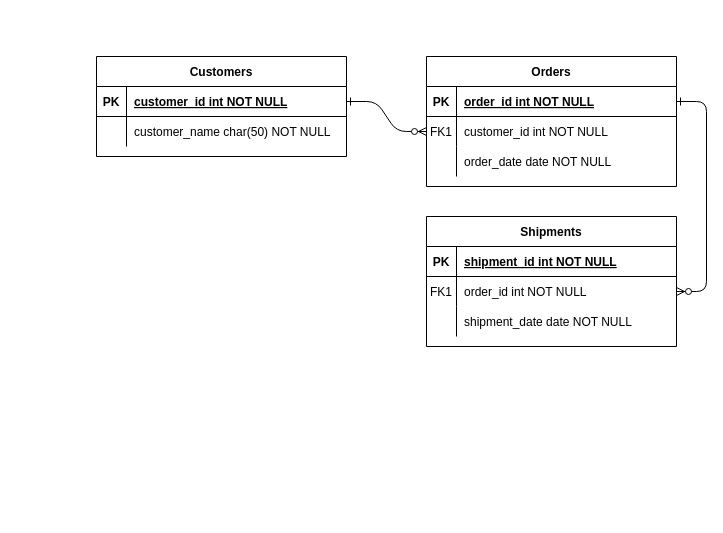
The draw.io diagram Untitled Diagram.drawio in ashlesha10/66daysofdata, before the edit. Source tidied: cells renumbered, new cells numbered last; positions are measured from the earlier drawing's top-left corner, leaving out a move shared by most shapes. Both pictures are drawn from the tidied source at 100%, with x=0, y=0 at pixel (96, 56).
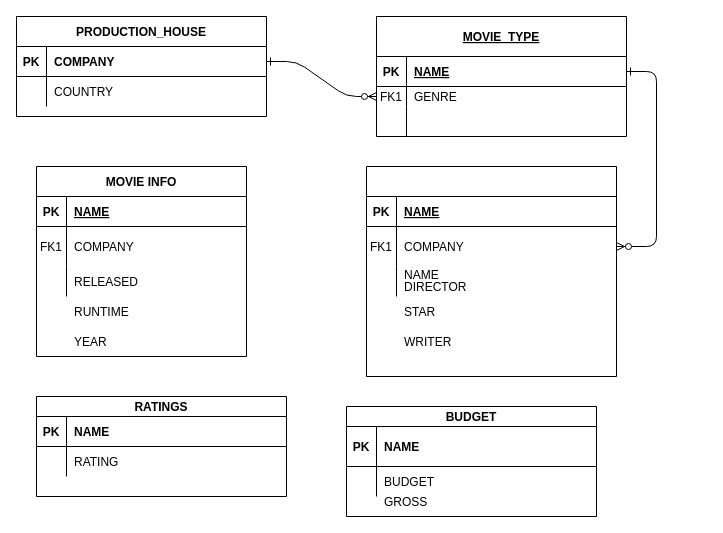
The same diagram, later.

Unchanged cells that the change refers to:
```xml
<mxCell id="11" style="shape=partialRectangle;fillColor=none;top=0;left=0;right=0;bottom=0;" parent="4" vertex="1">
  <mxGeometry y="90" width="250" height="30" as="geometry" />
</mxCell>
<mxCell id="15" style="shape=partialRectangle;fillColor=none;top=0;left=0;right=0;bottom=1;" parent="14" vertex="1">
  <mxGeometry y="30" width="250" height="30" as="geometry" />
</mxCell>
<mxCell id="25" style="shape=partialRectangle;fillColor=none;points=[[0,0.5],[1,0.5]];portConstraint=eastwest;top=0;left=0;right=0;bottom=1;" parent="24" vertex="1">
  <mxGeometry y="30" width="250" height="30" as="geometry" />
</mxCell>
<mxCell id="28" style="shape=partialRectangle;fillColor=none;top=0;left=0;right=0;bottom=0;" parent="24" vertex="1">
  <mxGeometry y="60" width="250" height="30" as="geometry" />
</mxCell>
```

The edit, as a diff of the source:
```diff
@@
-    <mxCell id="4" value="Orders" style="shape=table;startSize=30;childLayout=tableLayout;rowLines=0;fontStyle=1;align=center;" parent="1" vertex="1">
-      <mxGeometry x="330" width="250" height="130" as="geometry" />
+    <mxCell id="4" value="MOVIE_TYPE" style="shape=table;startSize=40;childLayout=tableLayout;rowLines=0;fontStyle=5;align=center;" parent="1" vertex="1">
+      <mxGeometry x="280" y="-40" width="250" height="120" as="geometry" />
     </mxCell>
     <mxCell id="5" style="shape=partialRectangle;fillColor=none;points=[[0,0.5],[1,0.5]];portConstraint=eastwest;top=0;left=0;right=0;bottom=1;" parent="4" vertex="1">
-      <mxGeometry y="30" width="250" height="30" as="geometry" />
+      <mxGeometry y="40" width="250" height="30" as="geometry" />
     </mxCell>
@@
-    <mxCell id="7" value="order_id int NOT NULL " style="shape=partialRectangle;overflow=hidden;fillColor=none;top=0;left=0;bottom=0;right=0;align=left;spacingLeft=6;fontStyle=5;" parent="5" vertex="1">
+    <mxCell id="7" value="NAME" style="shape=partialRectangle;overflow=hidden;fillColor=none;top=0;left=0;bottom=0;right=0;align=left;spacingLeft=6;fontStyle=5;" parent="5" vertex="1">
       <mxGeometry x="30" width="220" height="30" as="geometry" />
     </mxCell>
     <mxCell id="8" style="shape=partialRectangle;fillColor=none;points=[[0,0.5],[1,0.5]];portConstraint=eastwest;top=0;left=0;right=0;bottom=0;" parent="4" vertex="1">
-      <mxGeometry y="60" width="250" height="30" as="geometry" />
+      <mxGeometry y="70" width="250" height="20" as="geometry" />
     </mxCell>
     <mxCell id="9" value="FK1" style="shape=partialRectangle;overflow=hidden;fillColor=none;top=0;left=0;bottom=0;right=0;" parent="8" vertex="1">
-      <mxGeometry width="30" height="30" as="geometry" />
+      <mxGeometry width="30" height="20" as="geometry" />
     </mxCell>
-    <mxCell id="10" value="customer_id int NOT NULL" style="shape=partialRectangle;overflow=hidden;fillColor=none;top=0;left=0;bottom=0;right=0;align=left;spacingLeft=6;" parent="8" vertex="1">
-      <mxGeometry x="30" width="220" height="30" as="geometry" />
+    <mxCell id="10" value="GENRE" style="shape=partialRectangle;overflow=hidden;fillColor=none;top=0;left=0;bottom=0;right=0;align=left;spacingLeft=6;" parent="8" vertex="1">
+      <mxGeometry x="30" width="220" height="20" as="geometry" />
     </mxCell>
@@
-    <mxCell id="13" value="order_date date NOT NULL" style="shape=partialRectangle;overflow=hidden;fillColor=none;top=0;left=0;bottom=0;right=0;align=left;spacingLeft=6;" parent="11" vertex="1">
+    <mxCell id="13" style="shape=partialRectangle;overflow=hidden;fillColor=none;top=0;left=0;bottom=0;right=0;align=left;spacingLeft=6;" parent="11" vertex="1">
       <mxGeometry x="30" width="220" height="30" as="geometry" />
     </mxCell>
-    <mxCell id="14" value="Shipments" style="shape=table;startSize=30;childLayout=tableLayout;rowLines=0;fontStyle=1;align=center;" parent="1" vertex="1">
-      <mxGeometry x="330" y="160" width="250" height="130" as="geometry" />
+    <mxCell id="14" style="shape=table;startSize=30;childLayout=tableLayout;rowLines=0;fontStyle=1;align=center;" parent="1" vertex="1">
+      <mxGeometry x="270" y="110" width="250" height="210" as="geometry" />
     </mxCell>
@@
-    <mxCell id="17" value="shipment_id int NOT NULL " style="shape=partialRectangle;overflow=hidden;fillColor=none;top=0;left=0;bottom=0;right=0;align=left;spacingLeft=6;fontStyle=5;" parent="15" vertex="1">
+    <mxCell id="17" value="NAME" style="shape=partialRectangle;overflow=hidden;fillColor=none;top=0;left=0;bottom=0;right=0;align=left;spacingLeft=6;fontStyle=5;" parent="15" vertex="1">
       <mxGeometry x="30" width="220" height="30" as="geometry" />
     </mxCell>
     <mxCell id="18" style="shape=partialRectangle;fillColor=none;points=[[0,0.5],[1,0.5]];portConstraint=eastwest;top=0;left=0;right=0;bottom=0;" parent="14" vertex="1">
-      <mxGeometry y="60" width="250" height="30" as="geometry" />
+      <mxGeometry y="60" width="250" height="40" as="geometry" />
     </mxCell>
     <mxCell id="19" value="FK1" style="shape=partialRectangle;overflow=hidden;fillColor=none;top=0;left=0;bottom=0;right=0;" parent="18" vertex="1">
-      <mxGeometry width="30" height="30" as="geometry" />
+      <mxGeometry width="30" height="40" as="geometry" />
     </mxCell>
-    <mxCell id="20" value="order_id int NOT NULL" style="shape=partialRectangle;overflow=hidden;fillColor=none;top=0;left=0;bottom=0;right=0;align=left;spacingLeft=6;" parent="18" vertex="1">
-      <mxGeometry x="30" width="220" height="30" as="geometry" />
+    <mxCell id="20" value="COMPANY" style="shape=partialRectangle;overflow=hidden;fillColor=none;top=0;left=0;bottom=0;right=0;align=left;spacingLeft=6;" parent="18" vertex="1">
+      <mxGeometry x="30" width="220" height="40" as="geometry" />
     </mxCell>
     <mxCell id="21" style="shape=partialRectangle;fillColor=none;top=0;left=0;right=0;bottom=0;" parent="14" vertex="1">
-      <mxGeometry y="90" width="250" height="30" as="geometry" />
+      <mxGeometry y="100" width="250" height="30" as="geometry" />
     </mxCell>
@@
-    <mxCell id="23" value="shipment_date date NOT NULL" style="shape=partialRectangle;overflow=hidden;fillColor=none;top=0;left=0;bottom=0;right=0;align=left;spacingLeft=6;" parent="21" vertex="1">
+    <mxCell id="23" value="NAME&#10;" style="shape=partialRectangle;overflow=hidden;fillColor=none;top=0;left=0;bottom=0;right=0;align=left;spacingLeft=6;" parent="21" vertex="1">
       <mxGeometry x="30" width="220" height="30" as="geometry" />
     </mxCell>
-    <mxCell id="24" value="Customers" style="shape=table;startSize=30;childLayout=tableLayout;rowLines=0;fontStyle=1;align=center;" parent="1" vertex="1">
-      <mxGeometry width="250" height="100" as="geometry" />
+    <mxCell id="24" value="PRODUCTION_HOUSE" style="shape=table;startSize=30;childLayout=tableLayout;rowLines=0;fontStyle=1;align=center;" parent="1" vertex="1">
+      <mxGeometry x="-80" y="-40" width="250" height="100" as="geometry" />
     </mxCell>
@@
-    <mxCell id="27" value="customer_id int NOT NULL " style="shape=partialRectangle;overflow=hidden;fillColor=none;top=0;left=0;bottom=0;right=0;align=left;spacingLeft=6;fontStyle=5;" parent="25" vertex="1">
+    <mxCell id="27" value="COMPANY" style="shape=partialRectangle;overflow=hidden;fillColor=none;top=0;left=0;bottom=0;right=0;align=left;spacingLeft=6;fontStyle=1;" parent="25" vertex="1">
       <mxGeometry x="30" width="220" height="30" as="geometry" />
     </mxCell>
@@
-    <mxCell id="30" value="customer_name char(50) NOT NULL" style="shape=partialRectangle;overflow=hidden;fillColor=none;top=0;left=0;bottom=0;right=0;align=left;spacingLeft=6;" parent="28" vertex="1">
+    <mxCell id="30" value="COUNTRY" style="shape=partialRectangle;overflow=hidden;fillColor=none;top=0;left=0;bottom=0;right=0;align=left;spacingLeft=6;" parent="28" vertex="1">
       <mxGeometry x="30" width="220" height="30" as="geometry" />
     </mxCell>
+    <mxCell id="31" value="DIRECTOR" style="shape=partialRectangle;overflow=hidden;fillColor=none;top=0;left=0;bottom=0;right=0;align=left;spacingLeft=6;" parent="1" vertex="1">
+      <mxGeometry x="300" y="215" width="230" height="30" as="geometry" />
+    </mxCell>
+    <mxCell id="32" value="STAR" style="shape=partialRectangle;overflow=hidden;fillColor=none;top=0;left=0;bottom=0;right=0;align=left;spacingLeft=6;" parent="1" vertex="1">
+      <mxGeometry x="300" y="240" width="230" height="30" as="geometry" />
+    </mxCell>
+    <mxCell id="33" value="WRITER" style="shape=partialRectangle;overflow=hidden;fillColor=none;top=0;left=0;bottom=0;right=0;align=left;spacingLeft=6;" parent="1" vertex="1">
+      <mxGeometry x="300" y="270" width="230" height="30" as="geometry" />
+    </mxCell>
+    <mxCell id="34" value="MOVIE INFO" style="shape=table;startSize=30;childLayout=tableLayout;rowLines=0;fontStyle=1;align=center;" parent="1" vertex="1">
+      <mxGeometry x="-60" y="110" width="210" height="190" as="geometry" />
+    </mxCell>
+    <mxCell id="35" style="shape=partialRectangle;fillColor=none;top=0;left=0;right=0;bottom=1;" parent="34" vertex="1">
+      <mxGeometry y="30" width="210" height="30" as="geometry" />
+    </mxCell>
+    <mxCell id="36" value="PK" style="shape=partialRectangle;overflow=hidden;fillColor=none;top=0;left=0;bottom=0;right=0;fontStyle=1;" parent="35" vertex="1">
+      <mxGeometry width="30" height="30" as="geometry" />
+    </mxCell>
+    <mxCell id="37" value="NAME" style="shape=partialRectangle;overflow=hidden;fillColor=none;top=0;left=0;bottom=0;right=0;align=left;spacingLeft=6;fontStyle=5;" parent="35" vertex="1">
+      <mxGeometry x="30" width="180" height="30" as="geometry" />
+    </mxCell>
+    <mxCell id="38" style="shape=partialRectangle;fillColor=none;top=0;left=0;right=0;bottom=0;" parent="34" vertex="1">
+      <mxGeometry y="60" width="210" height="40" as="geometry" />
+    </mxCell>
+    <mxCell id="39" value="FK1" style="shape=partialRectangle;overflow=hidden;fillColor=none;top=0;left=0;bottom=0;right=0;" parent="38" vertex="1">
+      <mxGeometry width="30" height="40" as="geometry" />
+    </mxCell>
+    <mxCell id="40" value="COMPANY" style="shape=partialRectangle;overflow=hidden;fillColor=none;top=0;left=0;bottom=0;right=0;align=left;spacingLeft=6;" parent="38" vertex="1">
+      <mxGeometry x="30" width="180" height="40" as="geometry" />
+    </mxCell>
+    <mxCell id="41" style="shape=partialRectangle;fillColor=none;top=0;left=0;right=0;bottom=0;" parent="34" vertex="1">
+      <mxGeometry y="100" width="210" height="30" as="geometry" />
+    </mxCell>
+    <mxCell id="42" style="shape=partialRectangle;overflow=hidden;fillColor=none;top=0;left=0;bottom=0;right=0;" parent="41" vertex="1">
+      <mxGeometry width="30" height="30" as="geometry" />
+    </mxCell>
+    <mxCell id="43" value="RELEASED" style="shape=partialRectangle;overflow=hidden;fillColor=none;top=0;left=0;bottom=0;right=0;align=left;spacingLeft=6;" parent="41" vertex="1">
+      <mxGeometry x="30" width="180" height="30" as="geometry" />
+    </mxCell>
+    <mxCell id="44" value="RUNTIME" style="shape=partialRectangle;overflow=hidden;fillColor=none;top=0;left=0;bottom=0;right=0;align=left;spacingLeft=6;" parent="1" vertex="1">
+      <mxGeometry x="-30" y="240" width="220" height="30" as="geometry" />
+    </mxCell>
+    <mxCell id="45" value="YEAR" style="shape=partialRectangle;overflow=hidden;fillColor=none;top=0;left=0;bottom=0;right=0;align=left;spacingLeft=6;" parent="1" vertex="1">
+      <mxGeometry x="-30" y="270" width="220" height="30" as="geometry" />
+    </mxCell>
+    <mxCell id="46" value="RATINGS" style="shape=table;startSize=20;childLayout=tableLayout;rowLines=0;fontStyle=1;align=center;" parent="1" vertex="1">
+      <mxGeometry x="-60" y="340" width="250" height="100" as="geometry" />
+    </mxCell>
+    <mxCell id="47" style="shape=partialRectangle;fillColor=none;top=0;left=0;right=0;bottom=1;" parent="46" vertex="1">
+      <mxGeometry y="20" width="250" height="30" as="geometry" />
+    </mxCell>
+    <mxCell id="48" value="PK" style="shape=partialRectangle;overflow=hidden;fillColor=none;top=0;left=0;bottom=0;right=0;fontStyle=1;" parent="47" vertex="1">
+      <mxGeometry width="30" height="30" as="geometry" />
+    </mxCell>
+    <mxCell id="49" value="NAME" style="shape=partialRectangle;overflow=hidden;fillColor=none;top=0;left=0;bottom=0;right=0;align=left;spacingLeft=6;fontStyle=1;" parent="47" vertex="1">
+      <mxGeometry x="30" width="220" height="30" as="geometry" />
+    </mxCell>
+    <mxCell id="50" style="shape=partialRectangle;fillColor=none;top=0;left=0;right=0;bottom=0;" parent="46" vertex="1">
+      <mxGeometry y="50" width="250" height="30" as="geometry" />
+    </mxCell>
+    <mxCell id="51" style="shape=partialRectangle;overflow=hidden;fillColor=none;top=0;left=0;bottom=0;right=0;" parent="50" vertex="1">
+      <mxGeometry width="30" height="30" as="geometry" />
+    </mxCell>
+    <mxCell id="52" value="RATING" style="shape=partialRectangle;overflow=hidden;fillColor=none;top=0;left=0;bottom=0;right=0;align=left;spacingLeft=6;" parent="50" vertex="1">
+      <mxGeometry x="30" width="220" height="30" as="geometry" />
+    </mxCell>
+    <mxCell id="53" value="BUDGET" style="shape=table;startSize=20;childLayout=tableLayout;rowLines=0;fontStyle=1;align=center;" parent="1" vertex="1">
+      <mxGeometry x="250" y="350" width="250" height="110" as="geometry" />
+    </mxCell>
+    <mxCell id="54" style="shape=partialRectangle;fillColor=none;top=0;left=0;right=0;bottom=1;" parent="53" vertex="1">
+      <mxGeometry y="20" width="250" height="40" as="geometry" />
+    </mxCell>
+    <mxCell id="55" value="PK" style="shape=partialRectangle;overflow=hidden;fillColor=none;top=0;left=0;bottom=0;right=0;fontStyle=1;" parent="54" vertex="1">
+      <mxGeometry width="30" height="40" as="geometry" />
+    </mxCell>
+    <mxCell id="56" value="NAME" style="shape=partialRectangle;overflow=hidden;fillColor=none;top=0;left=0;bottom=0;right=0;align=left;spacingLeft=6;fontStyle=1;" parent="54" vertex="1">
+      <mxGeometry x="30" width="220" height="40" as="geometry" />
+    </mxCell>
+    <mxCell id="57" style="shape=partialRectangle;fillColor=none;top=0;left=0;right=0;bottom=0;" parent="53" vertex="1">
+      <mxGeometry y="60" width="250" height="30" as="geometry" />
+    </mxCell>
+    <mxCell id="58" style="shape=partialRectangle;overflow=hidden;fillColor=none;top=0;left=0;bottom=0;right=0;" parent="57" vertex="1">
+      <mxGeometry width="30" height="30" as="geometry" />
+    </mxCell>
+    <mxCell id="59" value="BUDGET" style="shape=partialRectangle;overflow=hidden;fillColor=none;top=0;left=0;bottom=0;right=0;align=left;spacingLeft=6;" parent="57" vertex="1">
+      <mxGeometry x="30" width="220" height="30" as="geometry" />
+    </mxCell>
+    <mxCell id="60" value="GROSS" style="shape=partialRectangle;overflow=hidden;fillColor=none;top=0;left=0;bottom=0;right=0;align=left;spacingLeft=6;" parent="1" vertex="1">
+      <mxGeometry x="280" y="430" width="220" height="30" as="geometry" />
+    </mxCell>
```
